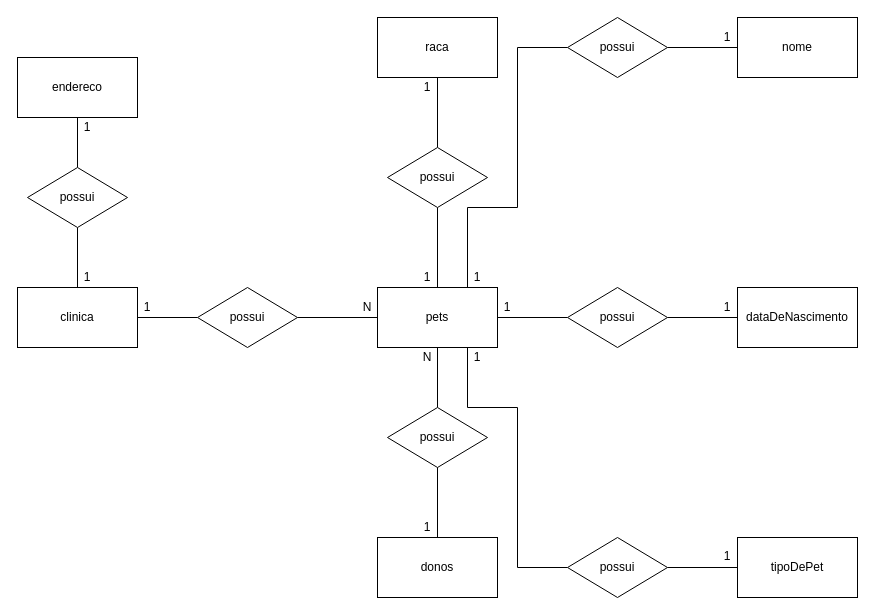
Above: Exercícios-aula3/1.3-exercicio-pclinics/1.3-exercicio-pclinics.drawio in Samel-OP/Senai_Sprint1_BD (draw.io), before the change. Source tidied: cells renumbered, new cells numbered last; positions are measured from the earlier drawing's top-left corner, leaving out a move shared by most shapes. Both pictures are drawn from the tidied source at 100%, with x=0, y=0 at pixel (17, 17).
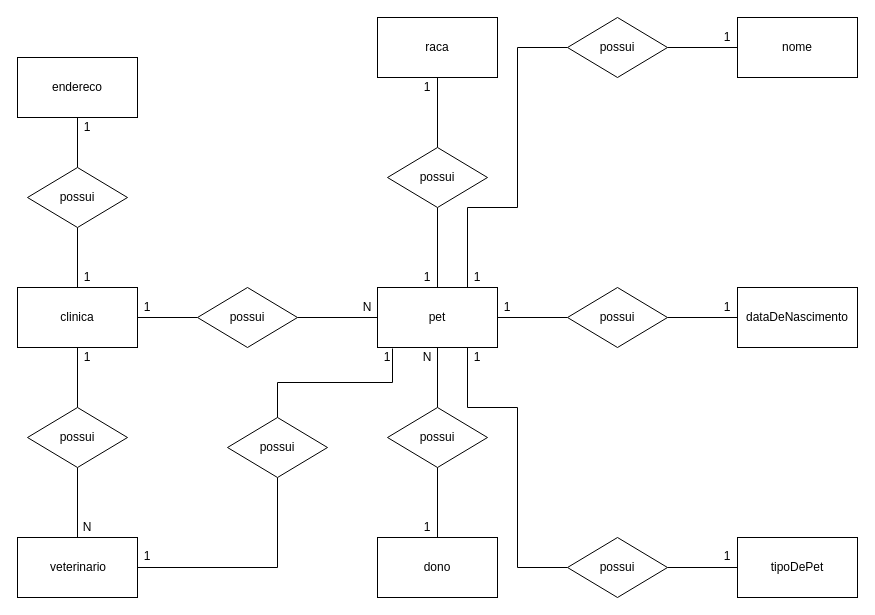
Above is the later version.

Unchanged cells that the change refers to:
```xml
<mxCell id="3" style="rounded=0;whiteSpace=wrap;html=1;" parent="1" vertex="1">
  <mxGeometry y="270" width="120" height="60" as="geometry" />
</mxCell>
<mxCell id="8" style="rounded=0;whiteSpace=wrap;html=1;" parent="1" vertex="1">
  <mxGeometry x="360" y="270" width="120" height="60" as="geometry" />
</mxCell>
```

Diff of the diagram source:
```diff
@@
-    <mxCell id="16" value="pets" style="text;html=1;strokeColor=none;fillColor=none;align=center;verticalAlign=middle;whiteSpace=wrap;rounded=0;" parent="1" vertex="1">
+    <mxCell id="16" value="pet" style="text;html=1;strokeColor=none;fillColor=none;align=center;verticalAlign=middle;whiteSpace=wrap;rounded=0;" parent="1" vertex="1">
       <mxGeometry x="400" y="290" width="40" height="20" as="geometry" />
     </mxCell>
-    <mxCell id="17" value="donos" style="text;html=1;strokeColor=none;fillColor=none;align=center;verticalAlign=middle;whiteSpace=wrap;rounded=0;" parent="1" vertex="1">
+    <mxCell id="17" value="dono" style="text;html=1;strokeColor=none;fillColor=none;align=center;verticalAlign=middle;whiteSpace=wrap;rounded=0;" parent="1" vertex="1">
       <mxGeometry x="400" y="540" width="40" height="20" as="geometry" />
     </mxCell>
@@
+    <mxCell id="60" style="edgeStyle=orthogonalEdgeStyle;rounded=0;jettySize=auto;html=1;exitX=1;exitY=0.5;exitDx=0;exitDy=0;entryX=0.5;entryY=1;entryDx=0;entryDy=0;endArrow=none;endFill=0;" parent="1" edge="1" source="61" target="69">
+      <mxGeometry relative="1" as="geometry" />
+    </mxCell>
+    <mxCell id="61" style="rounded=0;whiteSpace=wrap;html=1;" parent="1" vertex="1">
+      <mxGeometry y="520" width="120" height="60" as="geometry" />
+    </mxCell>
+    <mxCell id="62" value="veterinario" style="text;html=1;strokeColor=none;fillColor=none;align=center;verticalAlign=middle;whiteSpace=wrap;rounded=0;" parent="1" vertex="1">
+      <mxGeometry x="41" y="540" width="40" height="20" as="geometry" />
+    </mxCell>
+    <mxCell id="63" style="edgeStyle=orthogonalEdgeStyle;rounded=0;jettySize=auto;html=1;exitX=0.5;exitY=0;exitDx=0;exitDy=0;entryX=0.5;entryY=1;entryDx=0;entryDy=0;endArrow=none;endFill=0;" parent="1" edge="1" source="65" target="3">
+      <mxGeometry relative="1" as="geometry" />
+    </mxCell>
+    <mxCell id="64" style="edgeStyle=orthogonalEdgeStyle;rounded=0;jettySize=auto;html=1;exitX=0.5;exitY=1;exitDx=0;exitDy=0;entryX=0.5;entryY=0;entryDx=0;entryDy=0;endArrow=none;endFill=0;" parent="1" edge="1" source="65" target="61">
+      <mxGeometry relative="1" as="geometry" />
+    </mxCell>
+    <mxCell id="65" style="rhombus;whiteSpace=wrap;html=1;" parent="1" vertex="1">
+      <mxGeometry x="10" y="390" width="100" height="60" as="geometry" />
+    </mxCell>
+    <mxCell id="66" value="possui" style="text;html=1;strokeColor=none;fillColor=none;align=center;verticalAlign=middle;whiteSpace=wrap;rounded=0;" parent="1" vertex="1">
+      <mxGeometry x="40" y="410" width="40" height="20" as="geometry" />
+    </mxCell>
+    <mxCell id="67" value="1" style="text;html=1;strokeColor=none;fillColor=none;align=center;verticalAlign=middle;whiteSpace=wrap;rounded=0;" parent="1" vertex="1">
+      <mxGeometry x="50" y="330" width="40" height="20" as="geometry" />
+    </mxCell>
+    <mxCell id="68" value="N" style="text;html=1;strokeColor=none;fillColor=none;align=center;verticalAlign=middle;whiteSpace=wrap;rounded=0;" parent="1" vertex="1">
+      <mxGeometry x="50" y="500" width="40" height="20" as="geometry" />
+    </mxCell>
+    <mxCell id="69" style="rhombus;whiteSpace=wrap;html=1;" parent="1" vertex="1">
+      <mxGeometry x="210" y="400" width="100" height="60" as="geometry" />
+    </mxCell>
+    <mxCell id="70" value="possui" style="text;html=1;strokeColor=none;fillColor=none;align=center;verticalAlign=middle;whiteSpace=wrap;rounded=0;" parent="1" vertex="1">
+      <mxGeometry x="240" y="420" width="40" height="20" as="geometry" />
+    </mxCell>
+    <mxCell id="71" value="1" style="text;html=1;strokeColor=none;fillColor=none;align=center;verticalAlign=middle;whiteSpace=wrap;rounded=0;" parent="1" vertex="1">
+      <mxGeometry x="110" y="529" width="40" height="20" as="geometry" />
+    </mxCell>
+    <mxCell id="72" style="edgeStyle=orthogonalEdgeStyle;rounded=0;jettySize=auto;html=1;exitX=0.5;exitY=0;exitDx=0;exitDy=0;entryX=0.125;entryY=1.017;entryDx=0;entryDy=0;endArrow=none;endFill=0;entryPerimeter=0;" parent="1" edge="1" source="69" target="8">
+      <mxGeometry relative="1" as="geometry" />
+    </mxCell>
+    <mxCell id="73" value="1" style="text;html=1;strokeColor=none;fillColor=none;align=center;verticalAlign=middle;whiteSpace=wrap;rounded=0;" parent="1" vertex="1">
+      <mxGeometry x="350" y="330" width="40" height="20" as="geometry" />
+    </mxCell>
```
